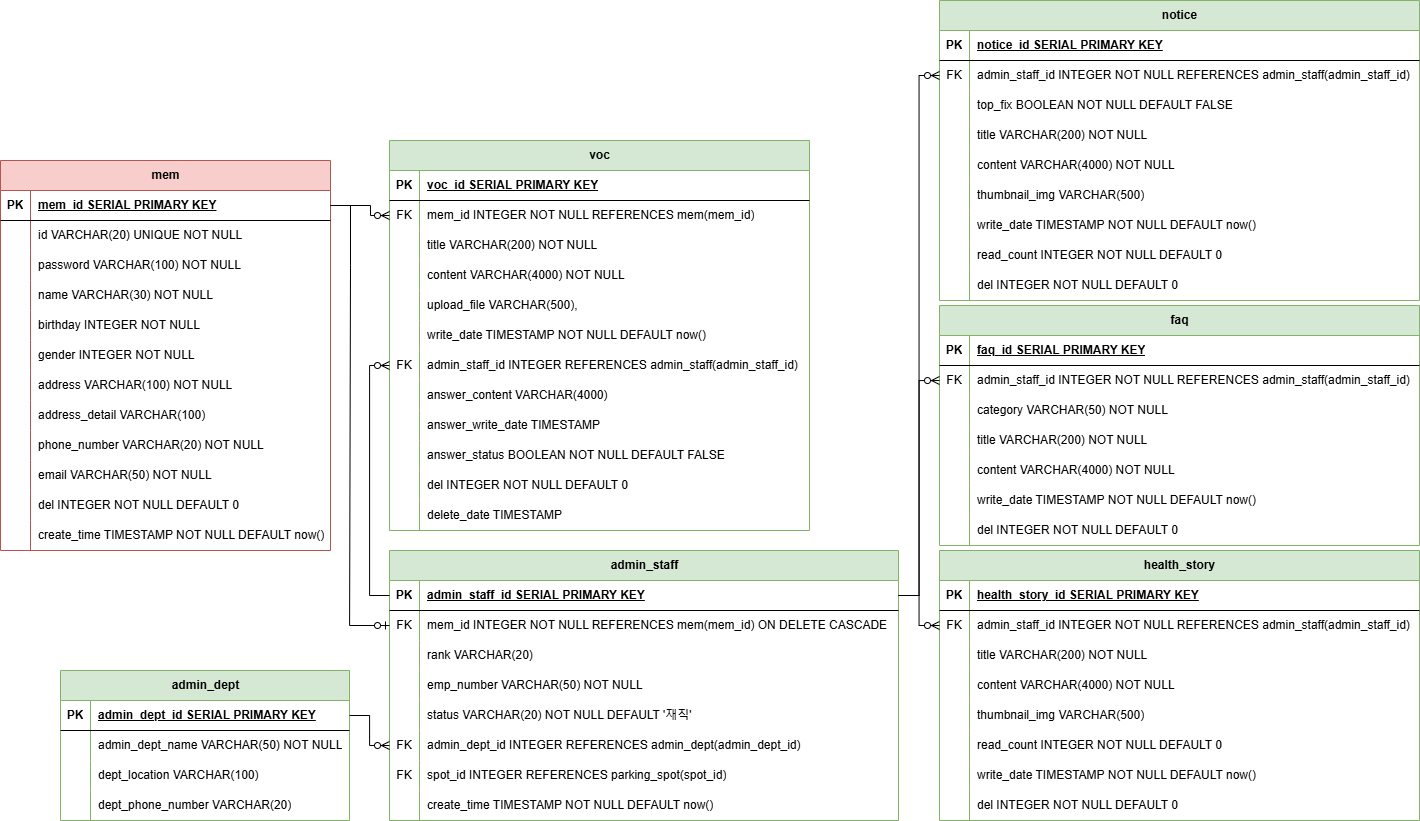
This is etc/ERD/중간프로젝트_ERD_v5_3.png from DongHyun0521/MBC_middle_project, a draw.io export, as it was before one commit. Source tidied: cells renumbered, new cells last; positions are measured from the earlier drawing's top-left corner, leaving out a move shared by most shapes.
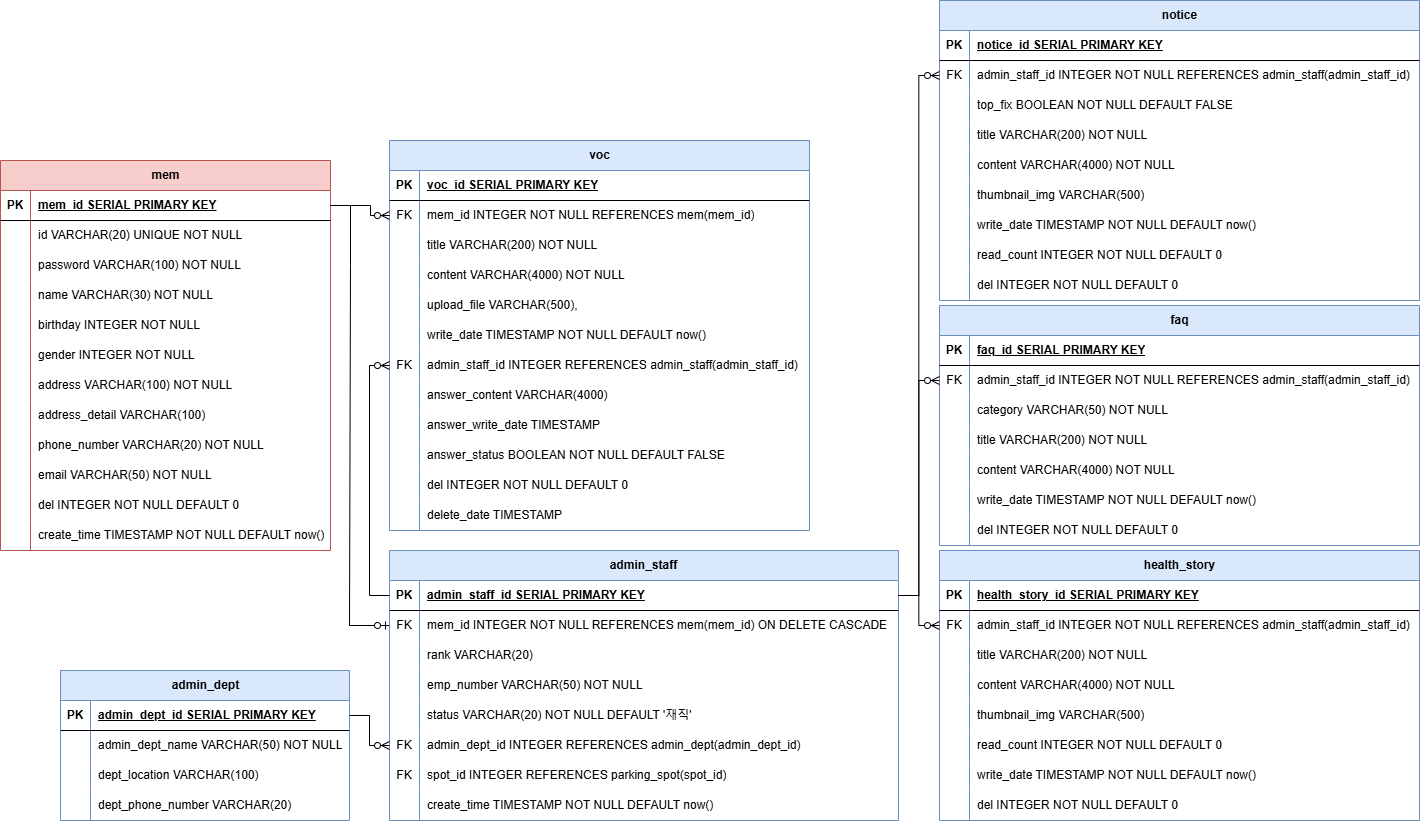
Above is the later version.

What changed in the source:
```diff
@@ -113,7 +113,7 @@
     <mxCell id="38" value="create_time TIMESTAMP NOT NULL DEFAULT now()" style="shape=partialRectangle;fillColor=none;top=0;left=0;bottom=0;right=0;align=left;spacingLeft=6;overflow=hidden;whiteSpace=wrap;html=1;" parent="36" vertex="1">
       <mxGeometry x="30" width="300" height="30" as="geometry" />
     </mxCell>
-    <mxCell id="39" value="admin_staff" style="shape=table;startSize=30;rowLines=0;fontStyle=1;align=center;html=1;fillColor=#d5e8d4;strokeColor=#82b366;" parent="1" vertex="1">
+    <mxCell id="39" value="admin_staff" style="shape=table;startSize=30;rowLines=0;fontStyle=1;align=center;html=1;fillColor=#dae8fc;strokeColor=#6c8ebf;" parent="1" vertex="1">
       <mxGeometry x="389" y="550" width="509" height="270" as="geometry" />
     </mxCell>
     <mxCell id="40" style="shape=tableRow;horizontal=0;startSize=0;swimlaneHead=0;swimlaneBody=0;fillColor=none;points=[[0,0.5],[1,0.5]];portConstraint=eastwest;top=0;left=0;right=0;bottom=1;" parent="39" vertex="1">
@@ -188,7 +188,7 @@
     <mxCell id="63" value="create_time TIMESTAMP NOT NULL DEFAULT now()" style="shape=partialRectangle;fillColor=none;top=0;left=0;bottom=0;right=0;align=left;spacingLeft=6;overflow=hidden;whiteSpace=wrap;html=1;" parent="61" vertex="1">
       <mxGeometry x="30" width="479" height="30" as="geometry" />
     </mxCell>
-    <mxCell id="64" value="admin_dept" style="shape=table;startSize=30;rowLines=0;fontStyle=1;align=center;html=1;fillColor=#d5e8d4;strokeColor=#82b366;" parent="1" vertex="1">
+    <mxCell id="64" value="admin_dept" style="shape=table;startSize=30;rowLines=0;fontStyle=1;align=center;html=1;fillColor=#dae8fc;strokeColor=#6c8ebf;" parent="1" vertex="1">
       <mxGeometry x="60" y="670" width="289" height="150" as="geometry" />
     </mxCell>
     <mxCell id="65" style="shape=tableRow;horizontal=0;startSize=0;swimlaneHead=0;swimlaneBody=0;fillColor=none;points=[[0,0.5],[1,0.5]];portConstraint=eastwest;top=0;left=0;right=0;bottom=1;" parent="64" vertex="1">
@@ -230,7 +230,7 @@
     <mxCell id="77" style="fontSize=12;html=1;endArrow=ERzeroToMany;endFill=1;rounded=0;entryX=0;entryY=0.5;entryDx=0;entryDy=0;exitX=1;exitY=0.5;exitDx=0;exitDy=0;edgeStyle=orthogonalEdgeStyle;" parent="1" edge="1" source="65" target="55">
       <mxGeometry relative="1" as="geometry" />
     </mxCell>
-    <mxCell id="78" value="voc" style="shape=table;startSize=30;rowLines=0;fontStyle=1;align=center;html=1;fillColor=#d5e8d4;strokeColor=#82b366;" parent="1" vertex="1">
+    <mxCell id="78" value="voc" style="shape=table;startSize=30;rowLines=0;fontStyle=1;align=center;html=1;fillColor=#dae8fc;strokeColor=#6c8ebf;" parent="1" vertex="1">
       <mxGeometry x="389" y="140" width="420" height="390" as="geometry" />
     </mxCell>
     <mxCell id="79" style="shape=tableRow;horizontal=0;startSize=0;swimlaneHead=0;swimlaneBody=0;fillColor=none;top=0;left=0;right=0;bottom=1;" parent="78" vertex="1">
@@ -367,7 +367,7 @@
         </Array>
       </mxGeometry>
     </mxCell>
-    <mxCell id="118" value="faq" style="shape=table;startSize=30;rowLines=0;fontStyle=1;align=center;html=1;fillColor=#d5e8d4;strokeColor=#82b366;" parent="1" vertex="1">
+    <mxCell id="118" value="faq" style="shape=table;startSize=30;rowLines=0;fontStyle=1;align=center;html=1;fillColor=#dae8fc;strokeColor=#6c8ebf;" parent="1" vertex="1">
       <mxGeometry x="939" y="305" width="480" height="240" as="geometry" />
     </mxCell>
     <mxCell id="119" style="shape=tableRow;horizontal=0;startSize=0;swimlaneHead=0;swimlaneBody=0;fillColor=none;top=0;left=0;right=0;bottom=1;" parent="118" vertex="1">
@@ -433,7 +433,7 @@
     <mxCell id="139" value="del INTEGER NOT NULL DEFAULT 0" style="shape=partialRectangle;fillColor=none;top=0;left=0;bottom=0;right=0;align=left;spacingLeft=6;overflow=hidden;whiteSpace=wrap;html=1;" parent="137" vertex="1">
       <mxGeometry x="30" width="450" height="30" as="geometry" />
     </mxCell>
-    <mxCell id="140" value="health_story" style="shape=table;startSize=30;rowLines=0;fontStyle=1;align=center;html=1;fillColor=#d5e8d4;strokeColor=#82b366;" parent="1" vertex="1">
+    <mxCell id="140" value="health_story" style="shape=table;startSize=30;rowLines=0;fontStyle=1;align=center;html=1;fillColor=#dae8fc;strokeColor=#6c8ebf;" parent="1" vertex="1">
       <mxGeometry x="939" y="550" width="480" height="270" as="geometry" />
     </mxCell>
     <mxCell id="141" style="shape=tableRow;horizontal=0;startSize=0;swimlaneHead=0;swimlaneBody=0;fillColor=none;top=0;left=0;right=0;bottom=1;" parent="140" vertex="1">
@@ -508,7 +508,7 @@
     <mxCell id="164" value="del INTEGER NOT NULL DEFAULT 0" style="shape=partialRectangle;fillColor=none;top=0;left=0;bottom=0;right=0;align=left;spacingLeft=6;overflow=hidden;whiteSpace=wrap;html=1;" parent="162" vertex="1">
       <mxGeometry x="30" width="450" height="30" as="geometry" />
     </mxCell>
-    <mxCell id="165" value="notice" style="shape=table;startSize=30;rowLines=0;fontStyle=1;align=center;html=1;fillColor=#d5e8d4;strokeColor=#82b366;" parent="1" vertex="1">
+    <mxCell id="165" value="notice" style="shape=table;startSize=30;rowLines=0;fontStyle=1;align=center;html=1;fillColor=#dae8fc;strokeColor=#6c8ebf;" parent="1" vertex="1">
       <mxGeometry x="939" width="480" height="300" as="geometry" />
     </mxCell>
     <mxCell id="166" style="shape=tableRow;horizontal=0;startSize=0;swimlaneHead=0;swimlaneBody=0;fillColor=none;top=0;left=0;right=0;bottom=1;" parent="165" vertex="1">
```
